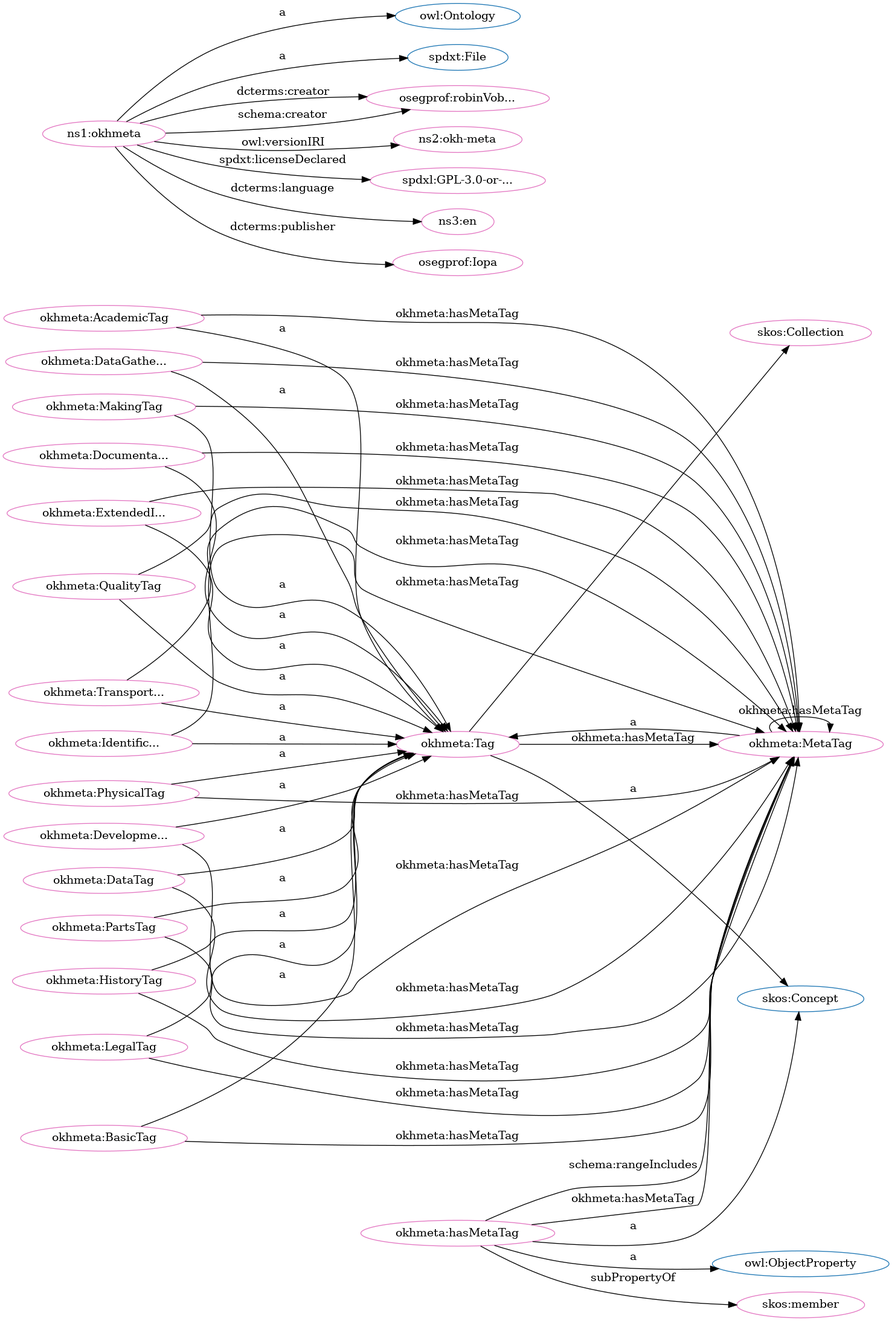
This is src/spec/dot_okh-meta.png from iop-alliance/OpenKnowHow, a Graphviz export, as it was before one commit. Its source is kept beside it as src/spec/dot_okh-meta.dot.
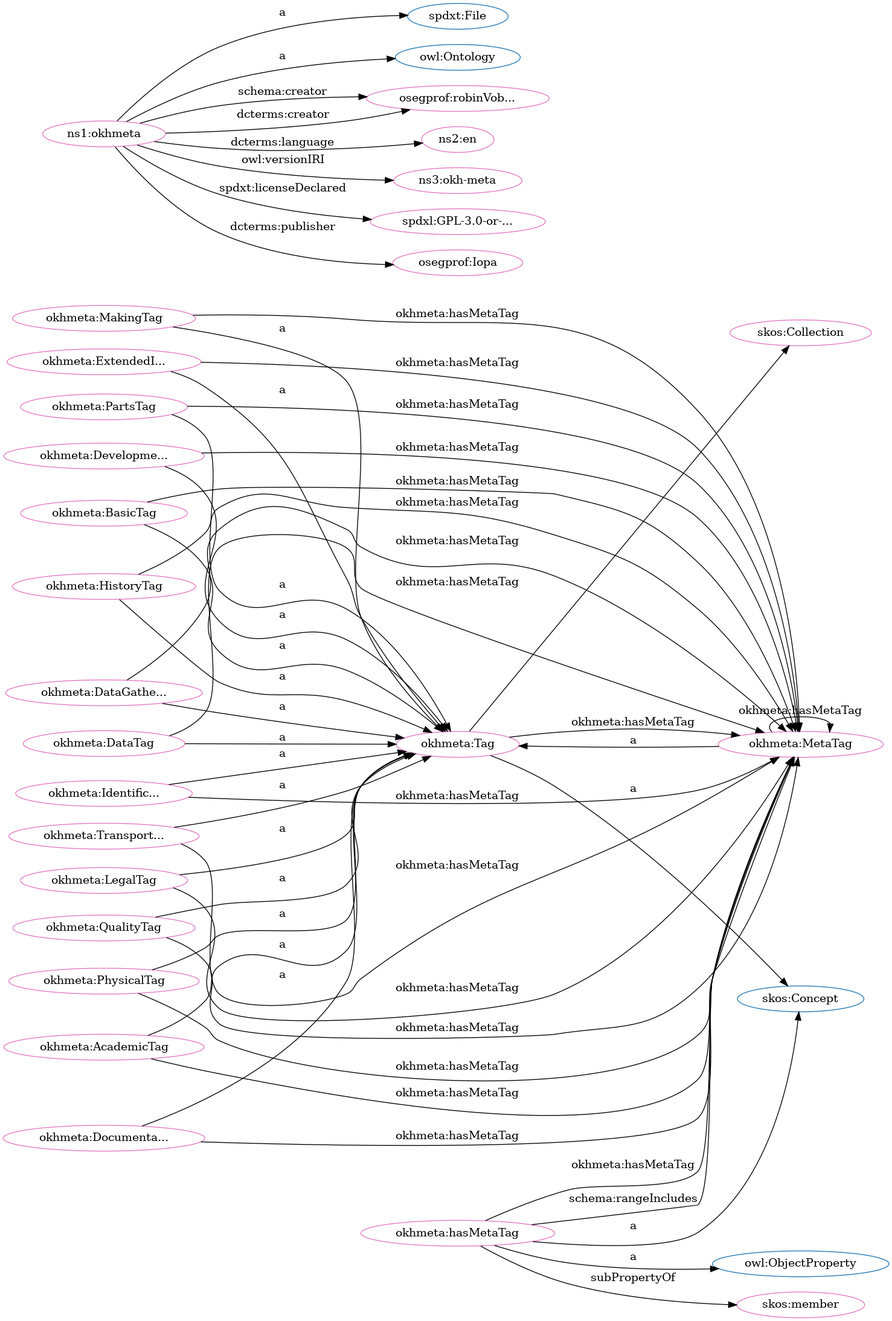
After the change.

What changed in the source:
```diff
@@ -2,84 +2,84 @@
   rankdir=BT
   node[height=.3]
 "https://w3id.org/oseg/ont/okhmeta#Tag" [fillcolor="#1f77b4" color="#1f77b4" label="okhmeta:Tag"]
-"https://w3id.org/oseg/ont/okhmeta#MetaTag" [fillcolor="#1f77b4" color="#1f77b4" label="okhmeta:MetaTag"]
-"http://www.w3.org/2002/07/owl#Ontology" [fillcolor="#1f77b4" color="#1f77b4" label="owl:Ontology"]
 "http://www.w3.org/2002/07/owl#ObjectProperty" [fillcolor="#1f77b4" color="#1f77b4" label="owl:ObjectProperty"]
 "http://www.w3.org/2004/02/skos/core#Collection" [fillcolor="#1f77b4" color="#1f77b4" label="skos:Collection"]
+"https://w3id.org/oseg/ont/okhmeta#MetaTag" [fillcolor="#1f77b4" color="#1f77b4" label="okhmeta:MetaTag"]
+"http://spdx.org/rdf/terms#File" [fillcolor="#1f77b4" color="#1f77b4" label="spdxt:File"]
+"http://www.w3.org/2002/07/owl#Ontology" [fillcolor="#1f77b4" color="#1f77b4" label="owl:Ontology"]
 "http://www.w3.org/2004/02/skos/core#Concept" [fillcolor="#1f77b4" color="#1f77b4" label="skos:Concept"]
-"http://spdx.org/rdf/terms#File" [fillcolor="#1f77b4" color="#1f77b4" label="spdxt:File"]
+"https://w3id.org/oseg/ont/okhmeta#MetaTag" [fillcolor="#e377c2" color="#e377c2" label="okhmeta:MetaTag"]
+"https://w3id.org/oseg/ont/okhmeta#PhysicalTag" [fillcolor="#e377c2" color="#e377c2" label="okhmeta:PhysicalTag"]
+"https://w3id.org/oseg/ont/okhmeta#AcademicTag" [fillcolor="#e377c2" color="#e377c2" label="okhmeta:AcademicTag"]
+"http://www.w3.org/2004/02/skos/core#Collection" [fillcolor="#e377c2" color="#e377c2" label="skos:Collection"]
+"https://w3id.org/oseg/ont/okhmeta#DocumentationTag" [fillcolor="#e377c2" color="#e377c2" label="okhmeta:Documenta..."]
+"https://w3id.org/oseg/ont/okhmeta" [fillcolor="#e377c2" color="#e377c2" label="ns1:okhmeta"]
 "https://w3id.org/oseg/ont/oseg-profiles#robinVobruba" [fillcolor="#e377c2" color="#e377c2" label="osegprof:robinVob..."]
-"https://w3id.org/oseg/ont/okhmeta" [fillcolor="#e377c2" color="#e377c2" label="ns1:okhmeta"]
-"https://w3id.org/oseg/ont/okhmeta#MetaTag" [fillcolor="#e377c2" color="#e377c2" label="okhmeta:MetaTag"]
+"https://w3id.org/oseg/ont/okhmeta#DataTag" [fillcolor="#e377c2" color="#e377c2" label="okhmeta:DataTag"]
+"https://w3id.org/oseg/ont/okhmeta#ExtendedInfoTag" [fillcolor="#e377c2" color="#e377c2" label="okhmeta:ExtendedI..."]
+"http://id.loc.gov/vocabulary/iso639-1/en" [fillcolor="#e377c2" color="#e377c2" label="ns2:en"]
+"https://w3id.org/oseg/ont/okhmeta#QualityTag" [fillcolor="#e377c2" color="#e377c2" label="okhmeta:QualityTag"]
+"https://w3id.org/oseg/ont/okhmeta#hasMetaTag" [fillcolor="#e377c2" color="#e377c2" label="okhmeta:hasMetaTag"]
+"https://w3id.org/oseg/ont/1.1.0/okh-meta" [fillcolor="#e377c2" color="#e377c2" label="ns3:okh-meta"]
+"https://w3id.org/oseg/ont/okhmeta#IdentificationTag" [fillcolor="#e377c2" color="#e377c2" label="okhmeta:Identific..."]
+"https://spdx.org/licenses/GPL-3.0-or-later" [fillcolor="#e377c2" color="#e377c2" label="spdxl:GPL-3.0-or-..."]
 "https://w3id.org/oseg/ont/okhmeta#PartsTag" [fillcolor="#e377c2" color="#e377c2" label="okhmeta:PartsTag"]
+"https://w3id.org/oseg/ont/oseg-profiles#Iopa" [fillcolor="#e377c2" color="#e377c2" label="osegprof:Iopa"]
+"http://www.w3.org/2004/02/skos/core#member" [fillcolor="#e377c2" color="#e377c2" label="skos:member"]
+"https://w3id.org/oseg/ont/okhmeta#Tag" [fillcolor="#e377c2" color="#e377c2" label="okhmeta:Tag"]
+"https://w3id.org/oseg/ont/okhmeta#MakingTag" [fillcolor="#e377c2" color="#e377c2" label="okhmeta:MakingTag"]
+"https://w3id.org/oseg/ont/okhmeta#DataGatheringTag" [fillcolor="#e377c2" color="#e377c2" label="okhmeta:DataGathe..."]
+"https://w3id.org/oseg/ont/okhmeta#BasicTag" [fillcolor="#e377c2" color="#e377c2" label="okhmeta:BasicTag"]
+"https://w3id.org/oseg/ont/okhmeta#DevelopmentTag" [fillcolor="#e377c2" color="#e377c2" label="okhmeta:Developme..."]
+"https://w3id.org/oseg/ont/okhmeta#HistoryTag" [fillcolor="#e377c2" color="#e377c2" label="okhmeta:HistoryTag"]
 "https://w3id.org/oseg/ont/okhmeta#LegalTag" [fillcolor="#e377c2" color="#e377c2" label="okhmeta:LegalTag"]
-"https://w3id.org/oseg/ont/okhmeta#MakingTag" [fillcolor="#e377c2" color="#e377c2" label="okhmeta:MakingTag"]
-"https://w3id.org/oseg/ont/1.1.0/okh-meta" [fillcolor="#e377c2" color="#e377c2" label="ns2:okh-meta"]
-"https://w3id.org/oseg/ont/okhmeta#BasicTag" [fillcolor="#e377c2" color="#e377c2" label="okhmeta:BasicTag"]
-"https://w3id.org/oseg/ont/okhmeta#IdentificationTag" [fillcolor="#e377c2" color="#e377c2" label="okhmeta:Identific..."]
-"https://w3id.org/oseg/ont/okhmeta#AcademicTag" [fillcolor="#e377c2" color="#e377c2" label="okhmeta:AcademicTag"]
-"https://w3id.org/oseg/ont/okhmeta#HistoryTag" [fillcolor="#e377c2" color="#e377c2" label="okhmeta:HistoryTag"]
-"http://www.w3.org/2004/02/skos/core#Collection" [fillcolor="#e377c2" color="#e377c2" label="skos:Collection"]
-"https://w3id.org/oseg/ont/okhmeta#Tag" [fillcolor="#e377c2" color="#e377c2" label="okhmeta:Tag"]
-"https://spdx.org/licenses/GPL-3.0-or-later" [fillcolor="#e377c2" color="#e377c2" label="spdxl:GPL-3.0-or-..."]
 "https://w3id.org/oseg/ont/okhmeta#TransportationTag" [fillcolor="#e377c2" color="#e377c2" label="okhmeta:Transport..."]
-"https://w3id.org/oseg/ont/okhmeta#hasMetaTag" [fillcolor="#e377c2" color="#e377c2" label="okhmeta:hasMetaTag"]
-"https://w3id.org/oseg/ont/okhmeta#ExtendedInfoTag" [fillcolor="#e377c2" color="#e377c2" label="okhmeta:ExtendedI..."]
-"http://www.w3.org/2004/02/skos/core#member" [fillcolor="#e377c2" color="#e377c2" label="skos:member"]
-"https://w3id.org/oseg/ont/okhmeta#DocumentationTag" [fillcolor="#e377c2" color="#e377c2" label="okhmeta:Documenta..."]
-"https://w3id.org/oseg/ont/okhmeta#DataTag" [fillcolor="#e377c2" color="#e377c2" label="okhmeta:DataTag"]
-"http://id.loc.gov/vocabulary/iso639-1/en" [fillcolor="#e377c2" color="#e377c2" label="ns3:en"]
-"https://w3id.org/oseg/ont/okhmeta#PhysicalTag" [fillcolor="#e377c2" color="#e377c2" label="okhmeta:PhysicalTag"]
-"https://w3id.org/oseg/ont/oseg-profiles#Iopa" [fillcolor="#e377c2" color="#e377c2" label="osegprof:Iopa"]
-"https://w3id.org/oseg/ont/okhmeta#DevelopmentTag" [fillcolor="#e377c2" color="#e377c2" label="okhmeta:Developme..."]
-"https://w3id.org/oseg/ont/okhmeta#QualityTag" [fillcolor="#e377c2" color="#e377c2" label="okhmeta:QualityTag"]
-"https://w3id.org/oseg/ont/okhmeta#DataGatheringTag" [fillcolor="#e377c2" color="#e377c2" label="okhmeta:DataGathe..."]
+  "https://w3id.org/oseg/ont/okhmeta#AcademicTag" -> "https://w3id.org/oseg/ont/okhmeta#Tag" [label="a"]
+  "https://w3id.org/oseg/ont/okhmeta" -> "http://spdx.org/rdf/terms#File" [label="a"]
+  "https://w3id.org/oseg/ont/okhmeta#PartsTag" -> "https://w3id.org/oseg/ont/okhmeta#MetaTag" [label="okhmeta:hasMetaTag"]
+  "https://w3id.org/oseg/ont/okhmeta#ExtendedInfoTag" -> "https://w3id.org/oseg/ont/okhmeta#Tag" [label="a"]
+  "https://w3id.org/oseg/ont/okhmeta#QualityTag" -> "https://w3id.org/oseg/ont/okhmeta#Tag" [label="a"]
+  "https://w3id.org/oseg/ont/okhmeta#hasMetaTag" -> "http://www.w3.org/2002/07/owl#ObjectProperty" [label="a"]
+  "https://w3id.org/oseg/ont/okhmeta#BasicTag" -> "https://w3id.org/oseg/ont/okhmeta#MetaTag" [label="okhmeta:hasMetaTag"]
+  "https://w3id.org/oseg/ont/okhmeta#QualityTag" -> "https://w3id.org/oseg/ont/okhmeta#MetaTag" [label="okhmeta:hasMetaTag"]
+  "https://w3id.org/oseg/ont/okhmeta#IdentificationTag" -> "https://w3id.org/oseg/ont/okhmeta#Tag" [label="a"]
+  "https://w3id.org/oseg/ont/okhmeta#MetaTag" -> "https://w3id.org/oseg/ont/okhmeta#MetaTag" [label="okhmeta:hasMetaTag"]
+  "https://w3id.org/oseg/ont/okhmeta#DataGatheringTag" -> "https://w3id.org/oseg/ont/okhmeta#MetaTag" [label="okhmeta:hasMetaTag"]
+  "https://w3id.org/oseg/ont/okhmeta#LegalTag" -> "https://w3id.org/oseg/ont/okhmeta#MetaTag" [label="okhmeta:hasMetaTag"]
+  "https://w3id.org/oseg/ont/okhmeta" -> "http://www.w3.org/2002/07/owl#Ontology" [label="a"]
+  "https://w3id.org/oseg/ont/okhmeta#ExtendedInfoTag" -> "https://w3id.org/oseg/ont/okhmeta#MetaTag" [label="okhmeta:hasMetaTag"]
+  "https://w3id.org/oseg/ont/okhmeta" -> "https://spdx.org/licenses/GPL-3.0-or-later" [label="spdxt:licenseDeclared"]
+  "https://w3id.org/oseg/ont/okhmeta#HistoryTag" -> "https://w3id.org/oseg/ont/okhmeta#MetaTag" [label="okhmeta:hasMetaTag"]
+  "https://w3id.org/oseg/ont/okhmeta#PartsTag" -> "https://w3id.org/oseg/ont/okhmeta#Tag" [label="a"]
+  "https://w3id.org/oseg/ont/okhmeta" -> "https://w3id.org/oseg/ont/oseg-profiles#Iopa" [label="dcterms:publisher"]
+  "https://w3id.org/oseg/ont/okhmeta#hasMetaTag" -> "http://www.w3.org/2004/02/skos/core#member" [label="subPropertyOf"]
+  "https://w3id.org/oseg/ont/okhmeta" -> "https://w3id.org/oseg/ont/oseg-profiles#robinVobruba" [label="schema:creator"]
+  "https://w3id.org/oseg/ont/okhmeta#DocumentationTag" -> "https://w3id.org/oseg/ont/okhmeta#MetaTag" [label="okhmeta:hasMetaTag"]
+  "https://w3id.org/oseg/ont/okhmeta#AcademicTag" -> "https://w3id.org/oseg/ont/okhmeta#MetaTag" [label="okhmeta:hasMetaTag"]
+  "https://w3id.org/oseg/ont/okhmeta#BasicTag" -> "https://w3id.org/oseg/ont/okhmeta#Tag" [label="a"]
+  "https://w3id.org/oseg/ont/okhmeta#DataTag" -> "https://w3id.org/oseg/ont/okhmeta#MetaTag" [label="okhmeta:hasMetaTag"]
+  "https://w3id.org/oseg/ont/okhmeta#HistoryTag" -> "https://w3id.org/oseg/ont/okhmeta#Tag" [label="a"]
+  "https://w3id.org/oseg/ont/okhmeta#LegalTag" -> "https://w3id.org/oseg/ont/okhmeta#Tag" [label="a"]
+  "https://w3id.org/oseg/ont/okhmeta#hasMetaTag" -> "http://www.w3.org/2004/02/skos/core#Concept" [label="a"]
+  "https://w3id.org/oseg/ont/okhmeta#hasMetaTag" -> "https://w3id.org/oseg/ont/okhmeta#MetaTag" [label="okhmeta:hasMetaTag"]
+  "https://w3id.org/oseg/ont/okhmeta#IdentificationTag" -> "https://w3id.org/oseg/ont/okhmeta#MetaTag" [label="okhmeta:hasMetaTag"]
+  "https://w3id.org/oseg/ont/okhmeta#PhysicalTag" -> "https://w3id.org/oseg/ont/okhmeta#Tag" [label="a"]
+  "https://w3id.org/oseg/ont/okhmeta#Tag" -> "http://www.w3.org/2004/02/skos/core#Collection" [label=""]
+  "https://w3id.org/oseg/ont/okhmeta#DocumentationTag" -> "https://w3id.org/oseg/ont/okhmeta#Tag" [label="a"]
+  "https://w3id.org/oseg/ont/okhmeta#Tag" -> "https://w3id.org/oseg/ont/okhmeta#MetaTag" [label="okhmeta:hasMetaTag"]
   "https://w3id.org/oseg/ont/okhmeta" -> "https://w3id.org/oseg/ont/oseg-profiles#robinVobruba" [label="dcterms:creator"]
-  "https://w3id.org/oseg/ont/okhmeta" -> "http://www.w3.org/2002/07/owl#Ontology" [label="a"]
-  "https://w3id.org/oseg/ont/okhmeta#MetaTag" -> "https://w3id.org/oseg/ont/okhmeta#MetaTag" [label="okhmeta:hasMetaTag"]
-  "https://w3id.org/oseg/ont/okhmeta#ExtendedInfoTag" -> "https://w3id.org/oseg/ont/okhmeta#MetaTag" [label="okhmeta:hasMetaTag"]
+  "https://w3id.org/oseg/ont/okhmeta#DataTag" -> "https://w3id.org/oseg/ont/okhmeta#Tag" [label="a"]
+  "https://w3id.org/oseg/ont/okhmeta" -> "http://id.loc.gov/vocabulary/iso639-1/en" [label="dcterms:language"]
   "https://w3id.org/oseg/ont/okhmeta" -> "https://w3id.org/oseg/ont/1.1.0/okh-meta" [label="owl:versionIRI"]
   "https://w3id.org/oseg/ont/okhmeta#hasMetaTag" -> "https://w3id.org/oseg/ont/okhmeta#MetaTag" [label="schema:rangeIncludes"]
-  "https://w3id.org/oseg/ont/okhmeta#BasicTag" -> "https://w3id.org/oseg/ont/okhmeta#Tag" [label="a"]
-  "https://w3id.org/oseg/ont/okhmeta#IdentificationTag" -> "https://w3id.org/oseg/ont/okhmeta#Tag" [label="a"]
-  "https://w3id.org/oseg/ont/okhmeta#hasMetaTag" -> "https://w3id.org/oseg/ont/okhmeta#MetaTag" [label="okhmeta:hasMetaTag"]
-  "https://w3id.org/oseg/ont/okhmeta#DataTag" -> "https://w3id.org/oseg/ont/okhmeta#MetaTag" [label="okhmeta:hasMetaTag"]
-  "https://w3id.org/oseg/ont/okhmeta#HistoryTag" -> "https://w3id.org/oseg/ont/okhmeta#Tag" [label="a"]
-  "https://w3id.org/oseg/ont/okhmeta" -> "https://spdx.org/licenses/GPL-3.0-or-later" [label="spdxt:licenseDeclared"]
+  "https://w3id.org/oseg/ont/okhmeta#Tag" -> "http://www.w3.org/2004/02/skos/core#Concept" [label="a"]
+  "https://w3id.org/oseg/ont/okhmeta#TransportationTag" -> "https://w3id.org/oseg/ont/okhmeta#MetaTag" [label="okhmeta:hasMetaTag"]
+  "https://w3id.org/oseg/ont/okhmeta#MakingTag" -> "https://w3id.org/oseg/ont/okhmeta#Tag" [label="a"]
+  "https://w3id.org/oseg/ont/okhmeta#MetaTag" -> "https://w3id.org/oseg/ont/okhmeta#Tag" [label="a"]
+  "https://w3id.org/oseg/ont/okhmeta#DataGatheringTag" -> "https://w3id.org/oseg/ont/okhmeta#Tag" [label="a"]
+  "https://w3id.org/oseg/ont/okhmeta#PhysicalTag" -> "https://w3id.org/oseg/ont/okhmeta#MetaTag" [label="okhmeta:hasMetaTag"]
+  "https://w3id.org/oseg/ont/okhmeta#MakingTag" -> "https://w3id.org/oseg/ont/okhmeta#MetaTag" [label="okhmeta:hasMetaTag"]
+  "https://w3id.org/oseg/ont/okhmeta#DevelopmentTag" -> "https://w3id.org/oseg/ont/okhmeta#Tag" [label="a"]
+  "https://w3id.org/oseg/ont/okhmeta#DevelopmentTag" -> "https://w3id.org/oseg/ont/okhmeta#MetaTag" [label="okhmeta:hasMetaTag"]
   "https://w3id.org/oseg/ont/okhmeta#TransportationTag" -> "https://w3id.org/oseg/ont/okhmeta#Tag" [label="a"]
-  "https://w3id.org/oseg/ont/okhmeta#DevelopmentTag" -> "https://w3id.org/oseg/ont/okhmeta#MetaTag" [label="okhmeta:hasMetaTag"]
-  "https://w3id.org/oseg/ont/okhmeta#hasMetaTag" -> "http://www.w3.org/2002/07/owl#ObjectProperty" [label="a"]
-  "https://w3id.org/oseg/ont/okhmeta#DataGatheringTag" -> "https://w3id.org/oseg/ont/okhmeta#MetaTag" [label="okhmeta:hasMetaTag"]
-  "https://w3id.org/oseg/ont/okhmeta#HistoryTag" -> "https://w3id.org/oseg/ont/okhmeta#MetaTag" [label="okhmeta:hasMetaTag"]
-  "https://w3id.org/oseg/ont/okhmeta#DocumentationTag" -> "https://w3id.org/oseg/ont/okhmeta#Tag" [label="a"]
-  "https://w3id.org/oseg/ont/okhmeta#TransportationTag" -> "https://w3id.org/oseg/ont/okhmeta#MetaTag" [label="okhmeta:hasMetaTag"]
-  "https://w3id.org/oseg/ont/okhmeta#Tag" -> "https://w3id.org/oseg/ont/okhmeta#MetaTag" [label="okhmeta:hasMetaTag"]
-  "https://w3id.org/oseg/ont/okhmeta#LegalTag" -> "https://w3id.org/oseg/ont/okhmeta#MetaTag" [label="okhmeta:hasMetaTag"]
-  "https://w3id.org/oseg/ont/okhmeta#PhysicalTag" -> "https://w3id.org/oseg/ont/okhmeta#Tag" [label="a"]
-  "https://w3id.org/oseg/ont/okhmeta" -> "http://id.loc.gov/vocabulary/iso639-1/en" [label="dcterms:language"]
-  "https://w3id.org/oseg/ont/okhmeta" -> "https://w3id.org/oseg/ont/oseg-profiles#Iopa" [label="dcterms:publisher"]
-  "https://w3id.org/oseg/ont/okhmeta#BasicTag" -> "https://w3id.org/oseg/ont/okhmeta#MetaTag" [label="okhmeta:hasMetaTag"]
-  "https://w3id.org/oseg/ont/okhmeta#QualityTag" -> "https://w3id.org/oseg/ont/okhmeta#Tag" [label="a"]
-  "https://w3id.org/oseg/ont/okhmeta#AcademicTag" -> "https://w3id.org/oseg/ont/okhmeta#MetaTag" [label="okhmeta:hasMetaTag"]
-  "https://w3id.org/oseg/ont/okhmeta#QualityTag" -> "https://w3id.org/oseg/ont/okhmeta#MetaTag" [label="okhmeta:hasMetaTag"]
-  "https://w3id.org/oseg/ont/okhmeta#PartsTag" -> "https://w3id.org/oseg/ont/okhmeta#Tag" [label="a"]
-  "https://w3id.org/oseg/ont/okhmeta#LegalTag" -> "https://w3id.org/oseg/ont/okhmeta#Tag" [label="a"]
-  "https://w3id.org/oseg/ont/okhmeta#MakingTag" -> "https://w3id.org/oseg/ont/okhmeta#Tag" [label="a"]
-  "https://w3id.org/oseg/ont/okhmeta" -> "https://w3id.org/oseg/ont/oseg-profiles#robinVobruba" [label="schema:creator"]
-  "https://w3id.org/oseg/ont/okhmeta#AcademicTag" -> "https://w3id.org/oseg/ont/okhmeta#Tag" [label="a"]
-  "https://w3id.org/oseg/ont/okhmeta#DocumentationTag" -> "https://w3id.org/oseg/ont/okhmeta#MetaTag" [label="okhmeta:hasMetaTag"]
-  "https://w3id.org/oseg/ont/okhmeta#PartsTag" -> "https://w3id.org/oseg/ont/okhmeta#MetaTag" [label="okhmeta:hasMetaTag"]
-  "https://w3id.org/oseg/ont/okhmeta#MakingTag" -> "https://w3id.org/oseg/ont/okhmeta#MetaTag" [label="okhmeta:hasMetaTag"]
-  "https://w3id.org/oseg/ont/okhmeta#Tag" -> "http://www.w3.org/2004/02/skos/core#Collection" [label=""]
-  "https://w3id.org/oseg/ont/okhmeta#Tag" -> "http://www.w3.org/2004/02/skos/core#Concept" [label="a"]
-  "https://w3id.org/oseg/ont/okhmeta#PhysicalTag" -> "https://w3id.org/oseg/ont/okhmeta#MetaTag" [label="okhmeta:hasMetaTag"]
-  "https://w3id.org/oseg/ont/okhmeta#hasMetaTag" -> "http://www.w3.org/2004/02/skos/core#Concept" [label="a"]
-  "https://w3id.org/oseg/ont/okhmeta" -> "http://spdx.org/rdf/terms#File" [label="a"]
-  "https://w3id.org/oseg/ont/okhmeta#MetaTag" -> "https://w3id.org/oseg/ont/okhmeta#Tag" [label="a"]
-  "https://w3id.org/oseg/ont/okhmeta#ExtendedInfoTag" -> "https://w3id.org/oseg/ont/okhmeta#Tag" [label="a"]
-  "https://w3id.org/oseg/ont/okhmeta#hasMetaTag" -> "http://www.w3.org/2004/02/skos/core#member" [label="subPropertyOf"]
-  "https://w3id.org/oseg/ont/okhmeta#DataTag" -> "https://w3id.org/oseg/ont/okhmeta#Tag" [label="a"]
-  "https://w3id.org/oseg/ont/okhmeta#IdentificationTag" -> "https://w3id.org/oseg/ont/okhmeta#MetaTag" [label="okhmeta:hasMetaTag"]
-  "https://w3id.org/oseg/ont/okhmeta#DevelopmentTag" -> "https://w3id.org/oseg/ont/okhmeta#Tag" [label="a"]
-  "https://w3id.org/oseg/ont/okhmeta#DataGatheringTag" -> "https://w3id.org/oseg/ont/okhmeta#Tag" [label="a"]
 }
```
